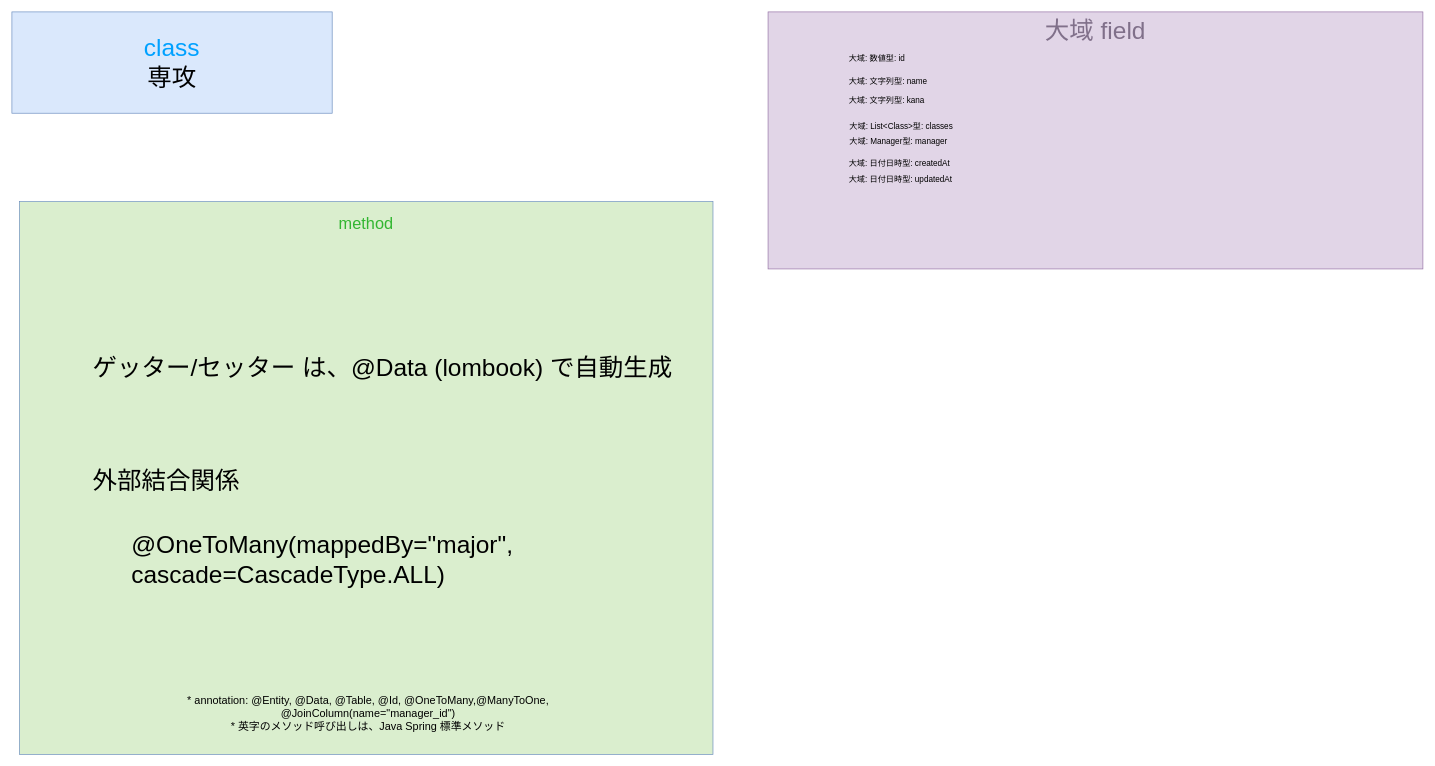
Before: gijigengo/model/entity/seiseki_manage_sys model_entity Major クラス 疑似言語.drawio in tro319/seiseki_manage_sys, a draw.io diagram. Source tidied: cells renumbered, new cells numbered last; positions are measured from the earlier drawing's top-left corner, leaving out a move shared by most shapes. Both pictures are drawn from the tidied source at 68%, with x=0, y=0 at pixel (12, 12).
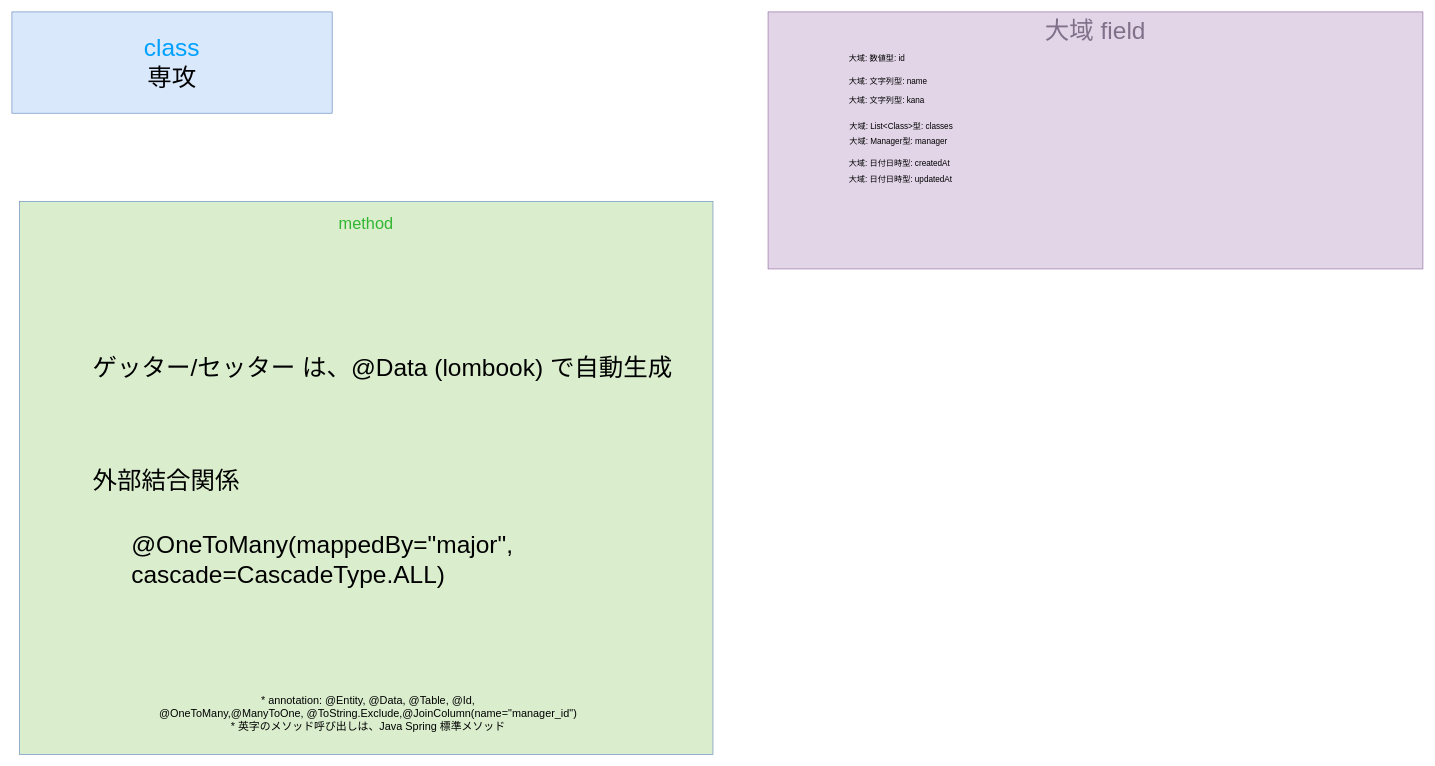
The same diagram, later.

Change to the diagram source:
```diff
@@
 <mxGraphModel>
   <root>
     <mxCell id="0" />
     <mxCell id="1" parent="0" />
     <mxCell id="2" value="&lt;div&gt;&lt;span style=&quot;color: rgb(0, 161, 255);&quot;&gt;class&lt;/span&gt;&lt;/div&gt;&lt;div&gt;専攻&lt;/div&gt;" style="text;html=1;whiteSpace=wrap;strokeColor=#6c8ebf;fillColor=#dae8fc;align=center;verticalAlign=middle;rounded=0;fontSize=36;" parent="1" vertex="1">
       <mxGeometry width="471" height="149" as="geometry" />
     </mxCell>
     <mxCell id="3" value="&lt;div&gt;&lt;font style=&quot;font-size: 24px;&quot;&gt;&lt;span style=&quot;color: rgb(50, 182, 49);&quot;&gt;&lt;span style=&quot;&quot;&gt;&lt;span style=&quot;&quot;&gt;&lt;span&gt;method&lt;/span&gt;&lt;/span&gt;&lt;/span&gt;&lt;/span&gt;&lt;/font&gt;&lt;/div&gt;&lt;div&gt;&lt;font style=&quot;font-size: 24px;&quot;&gt;&lt;span style=&quot;color: rgba(0, 0, 0, 0);&quot;&gt;&lt;span style=&quot;color: rgba(0, 0, 0, 0);&quot;&gt;&lt;span style=&quot;&quot;&gt;&lt;span style=&quot;&quot;&gt;&lt;br&gt;&lt;/span&gt;&lt;/span&gt;&lt;/span&gt;&lt;/span&gt;&lt;/font&gt;&lt;/div&gt;" style="text;html=1;whiteSpace=wrap;strokeColor=#6c8ebf;fillColor=light-dark(#daeece, #214210);align=center;verticalAlign=top;rounded=0;fontSize=36;fontColor=#00A1FF;" parent="1" vertex="1">
       <mxGeometry x="11" y="279" width="1020" height="813" as="geometry" />
     </mxCell>
     <mxCell id="4" value="ゲッター/セッター は、@Data (lombook) で自動生成" style="text;html=1;whiteSpace=wrap;strokeColor=none;fillColor=none;align=left;verticalAlign=middle;rounded=0;fontSize=36;" parent="1" vertex="1">
       <mxGeometry x="116.8" y="508" width="854.5" height="30" as="geometry" />
     </mxCell>
-    <mxCell id="5" value="&lt;div&gt;&lt;br&gt;&lt;/div&gt;&lt;div&gt;&lt;span&gt;&lt;span&gt;&lt;span style=&quot;color: rgb(0, 0, 0);&quot;&gt;&lt;font style=&quot;font-size: 16px;&quot;&gt;* annotation: @Entity,&amp;nbsp;&lt;/font&gt;&lt;/span&gt;&lt;span style=&quot;color: rgb(0, 0, 0);&quot;&gt;&lt;font style=&quot;font-size: 16px;&quot;&gt;@Data, @Table, @Id, @OneToMany,@ManyToOne, @JoinColumn(name=&quot;manager_id&quot;)&lt;/font&gt;&lt;/span&gt;&lt;/span&gt;&lt;/span&gt;&lt;/div&gt;&lt;div&gt;&lt;span&gt;&lt;span&gt;&lt;span style=&quot;color: rgb(0, 0, 0);&quot;&gt;&lt;font style=&quot;font-size: 16px;&quot;&gt;* 英字のメソッド呼び出しは、Java Spring 標準メソッド&lt;/font&gt;&lt;/span&gt;&lt;/span&gt;&lt;/span&gt;&lt;/div&gt;" style="text;html=1;whiteSpace=wrap;strokeColor=none;fillColor=none;align=center;verticalAlign=middle;rounded=0;" parent="1" vertex="1">
+    <mxCell id="5" value="&lt;div&gt;&lt;br&gt;&lt;/div&gt;&lt;div&gt;&lt;span&gt;&lt;span&gt;&lt;span style=&quot;color: rgb(0, 0, 0);&quot;&gt;&lt;font style=&quot;font-size: 16px;&quot;&gt;* annotation: @Entity,&amp;nbsp;&lt;/font&gt;&lt;/span&gt;&lt;span style=&quot;color: rgb(0, 0, 0);&quot;&gt;&lt;font style=&quot;font-size: 16px;&quot;&gt;@Data, @Table, @Id, @OneToMany,@ManyToOne,&amp;nbsp;&lt;/font&gt;&lt;/span&gt;&lt;/span&gt;&lt;/span&gt;&lt;span&gt;&lt;span&gt;&lt;span style=&quot;color: rgb(0, 0, 0);&quot;&gt;&lt;font style=&quot;font-size: 16px;&quot;&gt;@ToString.Exclude,&lt;/font&gt;&lt;/span&gt;&lt;/span&gt;&lt;/span&gt;&lt;span&gt;&lt;span&gt;&lt;span style=&quot;color: rgb(0, 0, 0);&quot;&gt;&lt;font style=&quot;font-size: 16px;&quot;&gt;@JoinColumn(name=&quot;manager_id&quot;)&lt;/font&gt;&lt;/span&gt;&lt;/span&gt;&lt;/span&gt;&lt;/div&gt;&lt;div&gt;&lt;span&gt;&lt;span&gt;&lt;span style=&quot;color: rgb(0, 0, 0);&quot;&gt;&lt;font style=&quot;font-size: 16px;&quot;&gt;* 英字のメソッド呼び出しは、Java Spring 標準メソッド&lt;/font&gt;&lt;/span&gt;&lt;/span&gt;&lt;/span&gt;&lt;/div&gt;" style="text;html=1;whiteSpace=wrap;strokeColor=none;fillColor=none;align=center;verticalAlign=middle;rounded=0;" parent="1" vertex="1">
       <mxGeometry x="164" y="1010" width="720" height="30" as="geometry" />
     </mxCell>
     <mxCell id="6" value="&lt;font&gt;大域 field&lt;/font&gt;" style="rounded=0;whiteSpace=wrap;html=1;fillColor=#e1d5e7;strokeColor=#9673a6;verticalAlign=top;fontSize=36;fontColor=#80708A;" parent="1" vertex="1">
       <mxGeometry x="1112" width="963" height="378" as="geometry" />
     </mxCell>
     <mxCell id="7" value="大域: 文字列型: name" style="text;html=1;whiteSpace=wrap;strokeColor=none;fillColor=none;align=left;verticalAlign=middle;rounded=0;fontSize=12;" parent="1" vertex="1">
       <mxGeometry x="1229" y="88" width="590" height="30" as="geometry" />
     </mxCell>
     <mxCell id="8" value="大域: 数値型: id" style="text;html=1;whiteSpace=wrap;strokeColor=none;fillColor=none;align=left;verticalAlign=middle;rounded=0;fontSize=12;" parent="1" vertex="1">
       <mxGeometry x="1229" y="53" width="590" height="30" as="geometry" />
     </mxCell>
     <mxCell id="9" value="大域: 日付日時型: createdAt" style="text;html=1;whiteSpace=wrap;strokeColor=none;fillColor=none;align=left;verticalAlign=middle;rounded=0;fontSize=12;" parent="1" vertex="1">
       <mxGeometry x="1229" y="208" width="590" height="30" as="geometry" />
     </mxCell>
     <mxCell id="10" value="大域: 日付日時型: updatedAt" style="text;html=1;whiteSpace=wrap;strokeColor=none;fillColor=none;align=left;verticalAlign=middle;rounded=0;fontSize=12;" parent="1" vertex="1">
       <mxGeometry x="1229" y="232" width="590" height="30" as="geometry" />
     </mxCell>
     <mxCell id="11" value="&lt;div&gt;@OneToMany(mappedBy=&quot;major&quot;, cascade=CascadeType.ALL)&lt;/div&gt;" style="text;html=1;whiteSpace=wrap;strokeColor=none;fillColor=none;align=left;verticalAlign=middle;rounded=0;fontSize=36;" parent="1" vertex="1">
       <mxGeometry x="174" y="699" width="854.5" height="212" as="geometry" />
     </mxCell>
     <mxCell id="12" value="大域: List&amp;lt;Class&amp;gt;型: classes" style="text;html=1;whiteSpace=wrap;strokeColor=none;fillColor=none;align=left;verticalAlign=middle;rounded=0;fontSize=12;" parent="1" vertex="1">
       <mxGeometry x="1230" y="154" width="590" height="30" as="geometry" />
     </mxCell>
     <mxCell id="13" value="外部結合関係" style="text;html=1;whiteSpace=wrap;strokeColor=none;fillColor=none;align=left;verticalAlign=middle;rounded=0;fontSize=36;" parent="1" vertex="1">
       <mxGeometry x="116.8" y="674" width="854.5" height="30" as="geometry" />
     </mxCell>
     <mxCell id="14" value="大域: Manager型: manager" style="text;html=1;whiteSpace=wrap;strokeColor=none;fillColor=none;align=left;verticalAlign=middle;rounded=0;fontSize=12;" parent="1" vertex="1">
       <mxGeometry x="1230" y="176" width="590" height="30" as="geometry" />
     </mxCell>
     <mxCell id="15" value="大域: 文字列型: kana" style="text;html=1;whiteSpace=wrap;strokeColor=none;fillColor=none;align=left;verticalAlign=middle;rounded=0;fontSize=12;" parent="1" vertex="1">
       <mxGeometry x="1229" y="115" width="590" height="30" as="geometry" />
     </mxCell>
   </root>
 </mxGraphModel>
```
